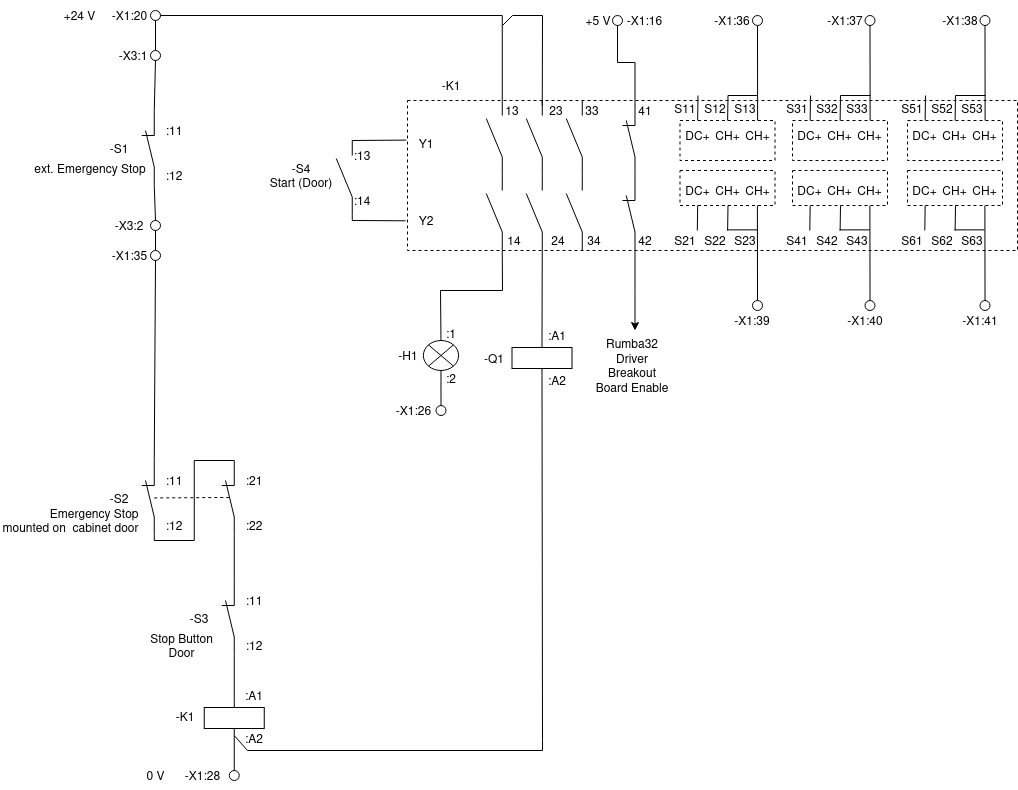
jupfi/cosi-measure keeps this draw.io diagram as Electronics/electronic cabinet/schematics/Emergency-Stop.png. Above is the earlier version. Source tidied: cells renumbered, new cells last; positions are measured from the earlier drawing's top-left corner, leaving out a move shared by most shapes.
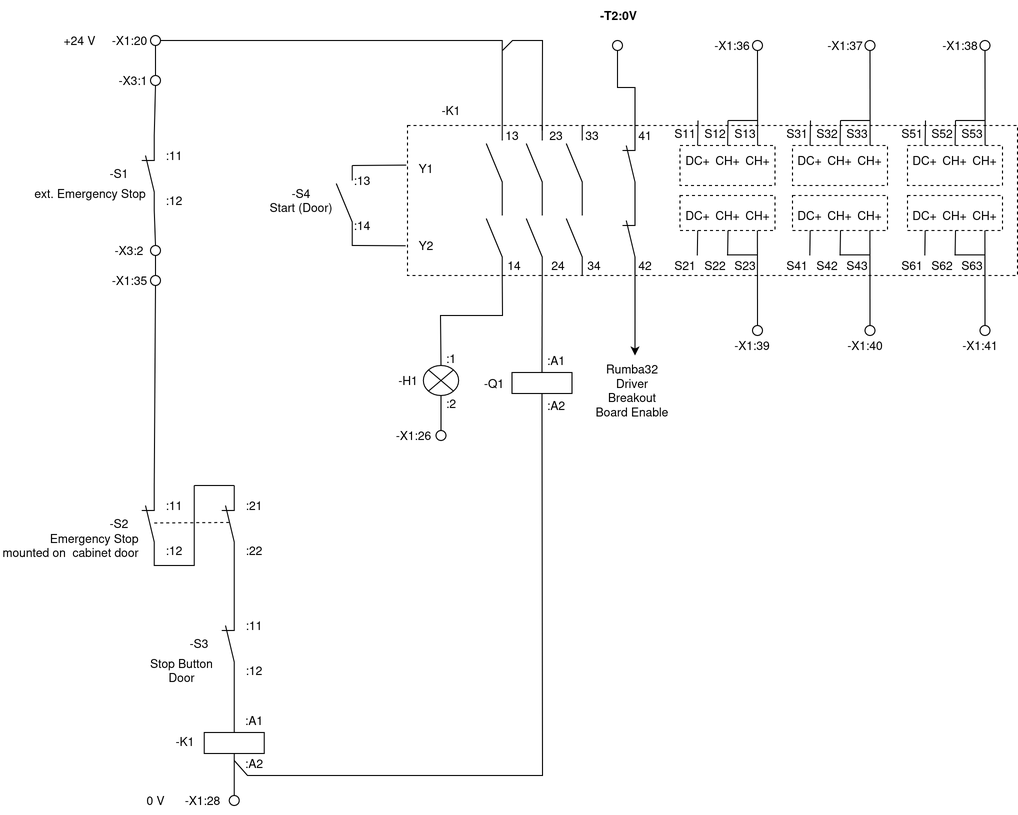
The same diagram one commit later.

Commit message:
Updated enable logic to work with the breakoutboards.

The edit, as a diff of the source:
```diff
@@ -318,12 +318,6 @@
     <mxCell id="91" style="ellipse;whiteSpace=wrap;html=1;" parent="1" vertex="1">
       <mxGeometry x="612" y="15" width="10" height="10" as="geometry" />
     </mxCell>
-    <mxCell id="92" value="&lt;font style=&quot;font-size: 12px;&quot; face=&quot;Helvetica&quot;&gt;-X1:16&lt;/font&gt;" style="text;html=1;strokeColor=none;fillColor=none;align=center;verticalAlign=middle;whiteSpace=wrap;rounded=0;" parent="1" vertex="1">
-      <mxGeometry x="613.2" y="5" width="62.5" height="30" as="geometry" />
-    </mxCell>
-    <mxCell id="93" value="+5 V" style="text;html=1;strokeColor=none;fillColor=none;align=center;verticalAlign=middle;whiteSpace=wrap;rounded=0;" parent="1" vertex="1">
-      <mxGeometry x="567.8" y="5" width="60" height="30" as="geometry" />
-    </mxCell>
     <mxCell id="94" style="rounded=0;whiteSpace=wrap;html=1;fillColor=none;dashed=1;" parent="1" vertex="1">
       <mxGeometry x="679.5" y="120" width="95" height="40" as="geometry" />
     </mxCell>
@@ -630,5 +624,8 @@
     <mxCell id="172" style="rounded=0;whiteSpace=wrap;html=1;fillColor=none;dashed=1;" parent="1" vertex="1">
       <mxGeometry x="407" y="100" width="610" height="150" as="geometry" />
     </mxCell>
+    <mxCell id="173" value="-T2:0V" style="text;html=1;align=center;verticalAlign=middle;strokeColor=none;fillColor=none;fontStyle=1;" parent="1" vertex="1">
+      <mxGeometry x="587.5" y="-25" width="60" height="30" as="geometry" />
+    </mxCell>
   </root>
 </mxGraphModel>
```
